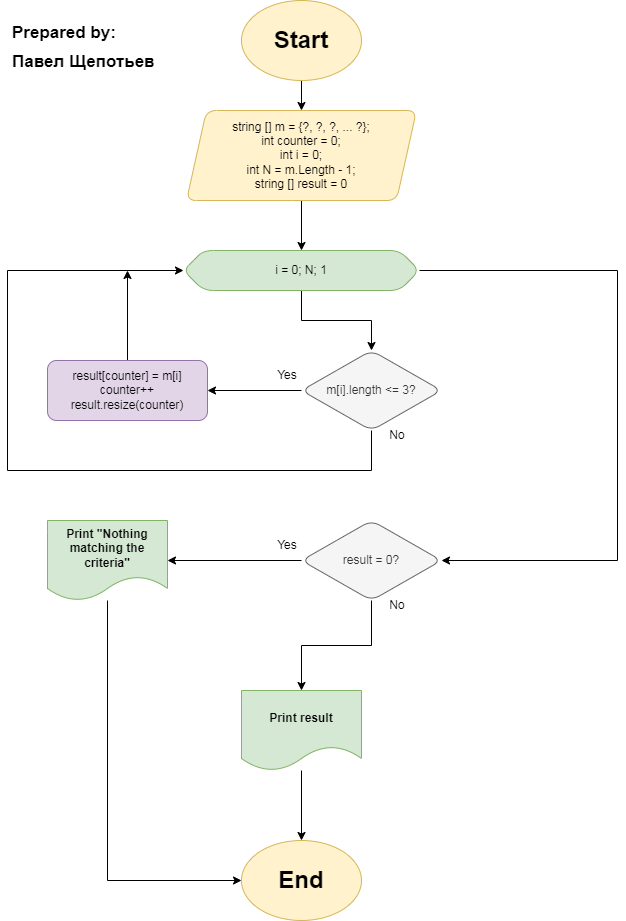
This is Блок-схема к задаче.png from PaulPinch/Progress-Test-1, a draw.io export, as it was before one commit. Source tidied: cells renumbered, new cells last; positions are measured from the earlier drawing's top-left corner, leaving out a move shared by most shapes. Its diagram source:
```xml
<mxGraphModel>
  <root>
    <mxCell id="0" />
    <mxCell id="1" parent="0" />
    <mxCell id="2" style="edgeStyle=orthogonalEdgeStyle;rounded=0;jettySize=auto;html=1;" parent="1" edge="1" source="3" target="8">
      <mxGeometry relative="1" as="geometry" />
    </mxCell>
    <mxCell id="3" value="string [] m = {?, ?, ?, ... ?};&lt;br&gt;int counter = 0;&lt;br&gt;int i = 0;&lt;br&gt;int N = m.Length - 1;&lt;br&gt;string [] result = 0" style="shape=parallelogram;perimeter=parallelogramPerimeter;whiteSpace=wrap;html=1;fixedSize=1;rounded=1;fillColor=#fff2cc;strokeColor=#d6b656;" parent="1" vertex="1">
      <mxGeometry x="179" y="110" width="230" height="90" as="geometry" />
    </mxCell>
    <mxCell id="4" style="edgeStyle=orthogonalEdgeStyle;rounded=0;jettySize=auto;html=1;" parent="1" edge="1" source="5" target="3">
      <mxGeometry relative="1" as="geometry" />
    </mxCell>
    <mxCell id="5" value="&lt;h1&gt;Start&lt;/h1&gt;" style="ellipse;whiteSpace=wrap;html=1;rounded=1;fillColor=#fff2cc;strokeColor=#d6b656;" parent="1" vertex="1">
      <mxGeometry x="234" width="120" height="80" as="geometry" />
    </mxCell>
    <mxCell id="6" style="edgeStyle=orthogonalEdgeStyle;rounded=0;jettySize=auto;html=1;entryX=0.5;entryY=0;entryDx=0;entryDy=0;" parent="1" edge="1" source="8" target="11">
      <mxGeometry relative="1" as="geometry" />
    </mxCell>
    <mxCell id="7" style="edgeStyle=orthogonalEdgeStyle;rounded=0;jettySize=auto;html=1;entryX=1;entryY=0.5;entryDx=0;entryDy=0;" parent="1" edge="1" source="8" target="18">
      <mxGeometry relative="1" as="geometry">
        <Array as="points">
          <mxPoint x="610" y="270" />
          <mxPoint x="610" y="560" />
        </Array>
      </mxGeometry>
    </mxCell>
    <mxCell id="8" value="i = 0; N; 1" style="shape=hexagon;perimeter=hexagonPerimeter2;whiteSpace=wrap;html=1;fixedSize=1;rounded=1;fillColor=#d5e8d4;strokeColor=#82b366;" parent="1" vertex="1">
      <mxGeometry x="176" y="250" width="236" height="40" as="geometry" />
    </mxCell>
    <mxCell id="9" style="edgeStyle=orthogonalEdgeStyle;rounded=0;jettySize=auto;html=1;" parent="1" edge="1" source="11" target="13">
      <mxGeometry relative="1" as="geometry" />
    </mxCell>
    <mxCell id="10" style="edgeStyle=orthogonalEdgeStyle;rounded=0;jettySize=auto;html=1;entryX=0;entryY=0.5;entryDx=0;entryDy=0;" parent="1" edge="1" source="11" target="8">
      <mxGeometry relative="1" as="geometry">
        <Array as="points">
          <mxPoint x="364" y="470" />
          <mxPoint y="470" />
          <mxPoint y="270" />
        </Array>
      </mxGeometry>
    </mxCell>
    <mxCell id="11" value="&lt;span style=&quot;color: rgb(51, 51, 51);&quot;&gt;m[i].length &amp;lt;= 3?&lt;/span&gt;" style="rhombus;whiteSpace=wrap;html=1;rounded=1;fillColor=#f5f5f5;fontColor=#333333;strokeColor=#666666;" parent="1" vertex="1">
      <mxGeometry x="294" y="350" width="140" height="80" as="geometry" />
    </mxCell>
    <mxCell id="12" style="edgeStyle=orthogonalEdgeStyle;rounded=0;jettySize=auto;html=1;" parent="1" edge="1" source="13">
      <mxGeometry relative="1" as="geometry">
        <mxPoint x="120" y="270" as="targetPoint" />
      </mxGeometry>
    </mxCell>
    <mxCell id="13" value="result[counter] = m[i]&lt;br&gt;counter++&lt;br&gt;result.resize(counter)" style="rounded=1;whiteSpace=wrap;html=1;fillColor=#e1d5e7;strokeColor=#9673a6;" parent="1" vertex="1">
      <mxGeometry x="40" y="360" width="160" height="60" as="geometry" />
    </mxCell>
    <mxCell id="14" value="Yes" style="text;html=1;strokeColor=none;fillColor=none;align=center;verticalAlign=middle;whiteSpace=wrap;rounded=0;" parent="1" vertex="1">
      <mxGeometry x="250" y="360" width="60" height="30" as="geometry" />
    </mxCell>
    <mxCell id="15" value="No" style="text;html=1;strokeColor=none;fillColor=none;align=center;verticalAlign=middle;whiteSpace=wrap;rounded=0;" parent="1" vertex="1">
      <mxGeometry x="360" y="420" width="60" height="30" as="geometry" />
    </mxCell>
    <mxCell id="16" style="edgeStyle=orthogonalEdgeStyle;rounded=0;jettySize=auto;html=1;entryX=1;entryY=0.5;entryDx=0;entryDy=0;" parent="1" edge="1" source="18" target="20">
      <mxGeometry relative="1" as="geometry" />
    </mxCell>
    <mxCell id="17" style="edgeStyle=orthogonalEdgeStyle;rounded=0;jettySize=auto;html=1;entryX=0.5;entryY=0;entryDx=0;entryDy=0;" parent="1" edge="1" source="18" target="23">
      <mxGeometry relative="1" as="geometry" />
    </mxCell>
    <mxCell id="18" value="&lt;span style=&quot;color: rgb(51, 51, 51);&quot;&gt;result = 0?&lt;/span&gt;" style="rhombus;whiteSpace=wrap;html=1;rounded=1;fillColor=#f5f5f5;fontColor=#333333;strokeColor=#666666;" parent="1" vertex="1">
      <mxGeometry x="294" y="520" width="140" height="80" as="geometry" />
    </mxCell>
    <mxCell id="19" style="edgeStyle=orthogonalEdgeStyle;rounded=0;jettySize=auto;html=1;entryX=0;entryY=0.5;entryDx=0;entryDy=0;" parent="1" edge="1" source="20" target="24">
      <mxGeometry relative="1" as="geometry">
        <Array as="points">
          <mxPoint x="100" y="880" />
        </Array>
      </mxGeometry>
    </mxCell>
    <mxCell id="20" value="&lt;b&gt;Print &quot;Nothing matching the criteria&quot;&lt;/b&gt;" style="shape=document;whiteSpace=wrap;html=1;boundedLbl=1;rounded=1;fillColor=#d5e8d4;strokeColor=#82b366;" parent="1" vertex="1">
      <mxGeometry x="40" y="520" width="120" height="80" as="geometry" />
    </mxCell>
    <mxCell id="21" value="Yes" style="text;html=1;strokeColor=none;fillColor=none;align=center;verticalAlign=middle;whiteSpace=wrap;rounded=0;" parent="1" vertex="1">
      <mxGeometry x="250" y="530" width="60" height="30" as="geometry" />
    </mxCell>
    <mxCell id="22" style="edgeStyle=orthogonalEdgeStyle;rounded=0;jettySize=auto;html=1;" parent="1" edge="1" source="23" target="24">
      <mxGeometry relative="1" as="geometry" />
    </mxCell>
    <mxCell id="23" value="&lt;b&gt;Print result&lt;/b&gt;" style="shape=document;whiteSpace=wrap;html=1;boundedLbl=1;rounded=1;fillColor=#d5e8d4;strokeColor=#82b366;" parent="1" vertex="1">
      <mxGeometry x="234" y="690" width="120" height="80" as="geometry" />
    </mxCell>
    <mxCell id="24" value="&lt;h1&gt;End&lt;/h1&gt;" style="ellipse;whiteSpace=wrap;html=1;rounded=1;fillColor=#fff2cc;strokeColor=#d6b656;" parent="1" vertex="1">
      <mxGeometry x="234" y="840" width="120" height="80" as="geometry" />
    </mxCell>
    <mxCell id="25" value="No" style="text;html=1;strokeColor=none;fillColor=none;align=center;verticalAlign=middle;whiteSpace=wrap;rounded=0;" parent="1" vertex="1">
      <mxGeometry x="360" y="590" width="60" height="30" as="geometry" />
    </mxCell>
    <mxCell id="26" value="&lt;h1&gt;&lt;font style=&quot;font-size: 17px;&quot;&gt;Prepared by: Павел Щепотьев&lt;/font&gt;&lt;/h1&gt;&lt;p&gt;&lt;br&gt;&lt;/p&gt;" style="text;html=1;strokeColor=none;fillColor=none;spacing=5;spacingTop=-20;whiteSpace=wrap;overflow=hidden;rounded=0;" parent="1" vertex="1">
      <mxGeometry y="10" width="160" height="90" as="geometry" />
    </mxCell>
  </root>
</mxGraphModel>
```
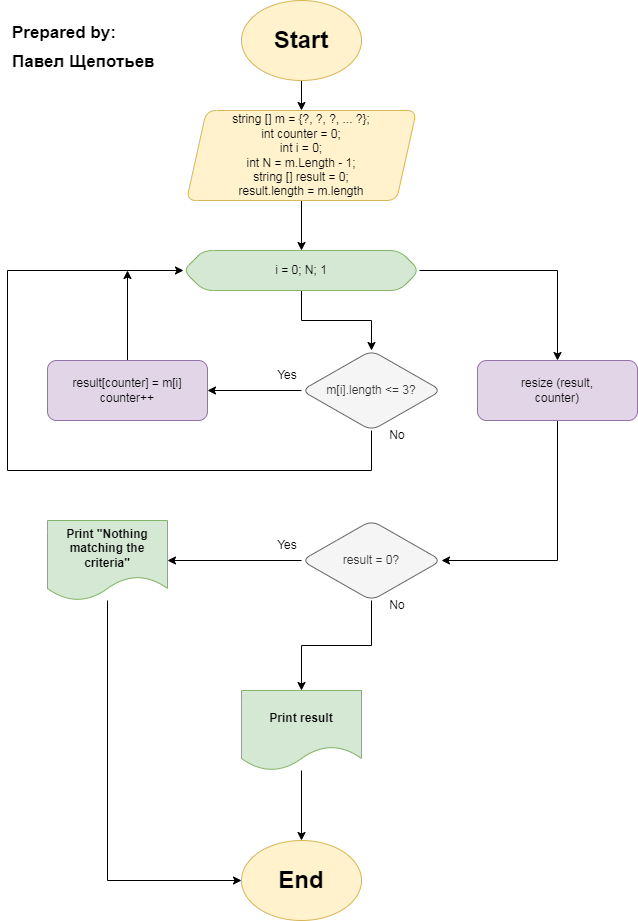
The same file after the commit.

Commit message:
Diagram uptated

Diff of the diagram source:
```diff
@@ -5,7 +5,7 @@
     <mxCell id="2" style="edgeStyle=orthogonalEdgeStyle;rounded=0;jettySize=auto;html=1;" parent="1" edge="1" source="3" target="8">
       <mxGeometry relative="1" as="geometry" />
     </mxCell>
-    <mxCell id="3" value="string [] m = {?, ?, ?, ... ?};&lt;br&gt;int counter = 0;&lt;br&gt;int i = 0;&lt;br&gt;int N = m.Length - 1;&lt;br&gt;string [] result = 0" style="shape=parallelogram;perimeter=parallelogramPerimeter;whiteSpace=wrap;html=1;fixedSize=1;rounded=1;fillColor=#fff2cc;strokeColor=#d6b656;" parent="1" vertex="1">
+    <mxCell id="3" value="string [] m = {?, ?, ?, ... ?};&lt;br&gt;int counter = 0;&lt;br&gt;int i = 0;&lt;br&gt;int N = m.Length - 1;&lt;br&gt;string [] result = 0;&lt;br&gt;result.length = m.length" style="shape=parallelogram;perimeter=parallelogramPerimeter;whiteSpace=wrap;html=1;fixedSize=1;rounded=1;fillColor=#fff2cc;strokeColor=#d6b656;" parent="1" vertex="1">
       <mxGeometry x="179" y="110" width="230" height="90" as="geometry" />
     </mxCell>
     <mxCell id="4" style="edgeStyle=orthogonalEdgeStyle;rounded=0;jettySize=auto;html=1;" parent="1" edge="1" source="5" target="3">
@@ -17,14 +17,9 @@
     <mxCell id="6" style="edgeStyle=orthogonalEdgeStyle;rounded=0;jettySize=auto;html=1;entryX=0.5;entryY=0;entryDx=0;entryDy=0;" parent="1" edge="1" source="8" target="11">
       <mxGeometry relative="1" as="geometry" />
     </mxCell>
-    <mxCell id="7" style="edgeStyle=orthogonalEdgeStyle;rounded=0;jettySize=auto;html=1;entryX=1;entryY=0.5;entryDx=0;entryDy=0;" parent="1" edge="1" source="8" target="18">
-      <mxGeometry relative="1" as="geometry">
-        <Array as="points">
-          <mxPoint x="610" y="270" />
-          <mxPoint x="610" y="560" />
-        </Array>
-      </mxGeometry>
-    </mxCell>
+    <mxCell id="27" style="edgeStyle=orthogonalEdgeStyle;rounded=0;jettySize=auto;html=1;entryX=0.5;entryY=0;entryDx=0;entryDy=0;fontSize=17;" parent="1" edge="1" source="8" target="29">
+      <mxGeometry relative="1" as="geometry" />
+    </mxCell>
     <mxCell id="8" value="i = 0; N; 1" style="shape=hexagon;perimeter=hexagonPerimeter2;whiteSpace=wrap;html=1;fixedSize=1;rounded=1;fillColor=#d5e8d4;strokeColor=#82b366;" parent="1" vertex="1">
       <mxGeometry x="176" y="250" width="236" height="40" as="geometry" />
     </mxCell>
@@ -48,7 +43,7 @@
         <mxPoint x="120" y="270" as="targetPoint" />
       </mxGeometry>
     </mxCell>
-    <mxCell id="13" value="result[counter] = m[i]&lt;br&gt;counter++&lt;br&gt;result.resize(counter)" style="rounded=1;whiteSpace=wrap;html=1;fillColor=#e1d5e7;strokeColor=#9673a6;" parent="1" vertex="1">
+    <mxCell id="13" value="result[counter] = m[i]&lt;br&gt;counter++" style="rounded=1;whiteSpace=wrap;html=1;fillColor=#e1d5e7;strokeColor=#9673a6;" parent="1" vertex="1">
       <mxGeometry x="40" y="360" width="160" height="60" as="geometry" />
     </mxCell>
     <mxCell id="14" value="Yes" style="text;html=1;strokeColor=none;fillColor=none;align=center;verticalAlign=middle;whiteSpace=wrap;rounded=0;" parent="1" vertex="1">
@@ -94,5 +89,11 @@
     <mxCell id="26" value="&lt;h1&gt;&lt;font style=&quot;font-size: 17px;&quot;&gt;Prepared by: Павел Щепотьев&lt;/font&gt;&lt;/h1&gt;&lt;p&gt;&lt;br&gt;&lt;/p&gt;" style="text;html=1;strokeColor=none;fillColor=none;spacing=5;spacingTop=-20;whiteSpace=wrap;overflow=hidden;rounded=0;" parent="1" vertex="1">
       <mxGeometry y="10" width="160" height="90" as="geometry" />
     </mxCell>
+    <mxCell id="28" style="edgeStyle=orthogonalEdgeStyle;rounded=0;jettySize=auto;html=1;entryX=1;entryY=0.5;entryDx=0;entryDy=0;fontSize=17;exitX=0.5;exitY=1;exitDx=0;exitDy=0;" parent="1" edge="1" source="29" target="18">
+      <mxGeometry relative="1" as="geometry" />
+    </mxCell>
+    <mxCell id="29" value="resize (result,&lt;br&gt;counter)" style="rounded=1;whiteSpace=wrap;html=1;fillColor=#e1d5e7;strokeColor=#9673a6;" parent="1" vertex="1">
+      <mxGeometry x="470" y="360" width="160" height="60" as="geometry" />
+    </mxCell>
   </root>
 </mxGraphModel>
```
